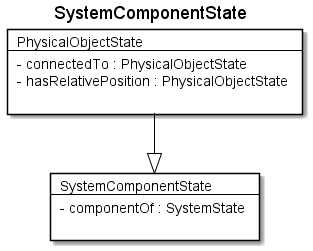
rtigran/rdf2adoc keeps this PlantUML diagram as fragments/diagrams/SystemComponentState.png. Above is the earlier version. Source of this version:
```plantuml
@startuml
Title SystemComponentState

Card SystemComponentState #fff [
SystemComponentState
----
- componentOf : SystemState

]
Card PhysicalObjectState #fff [
PhysicalObjectState
----
- connectedTo : PhysicalObjectState
- hasRelativePosition : PhysicalObjectState

]
PhysicalObjectState --|> SystemComponentState  #000
@enduml
```
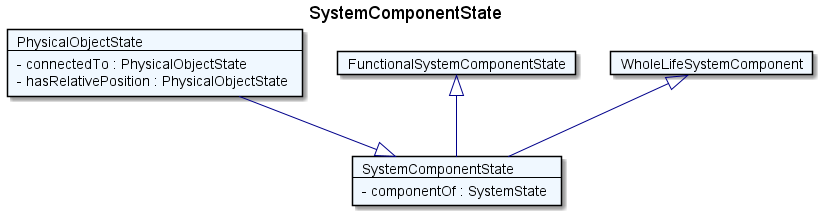
The same diagram one commit later.

The edit, as a diff of the source:
```diff
@@ -1,18 +1,24 @@
 @startuml
 Title SystemComponentState
 
-Card SystemComponentState #fff [
+Card SystemComponentState #F0F8FF [
 SystemComponentState
 ----
 - componentOf : SystemState
-
 ]
-Card PhysicalObjectState #fff [
+Card PhysicalObjectState #F0F8FF [
 PhysicalObjectState
 ----
 - connectedTo : PhysicalObjectState
 - hasRelativePosition : PhysicalObjectState
-
 ]
-PhysicalObjectState --|> SystemComponentState  #000
+PhysicalObjectState --|> SystemComponentState  #00008B
+Card FunctionalSystemComponentState #F0F8FF [
+FunctionalSystemComponentState
+]
+FunctionalSystemComponentState <|-- SystemComponentState  #00008B
+Card WholeLifeSystemComponent #F0F8FF [
+WholeLifeSystemComponent
+]
+WholeLifeSystemComponent <|-- SystemComponentState  #00008B
 @enduml
```
